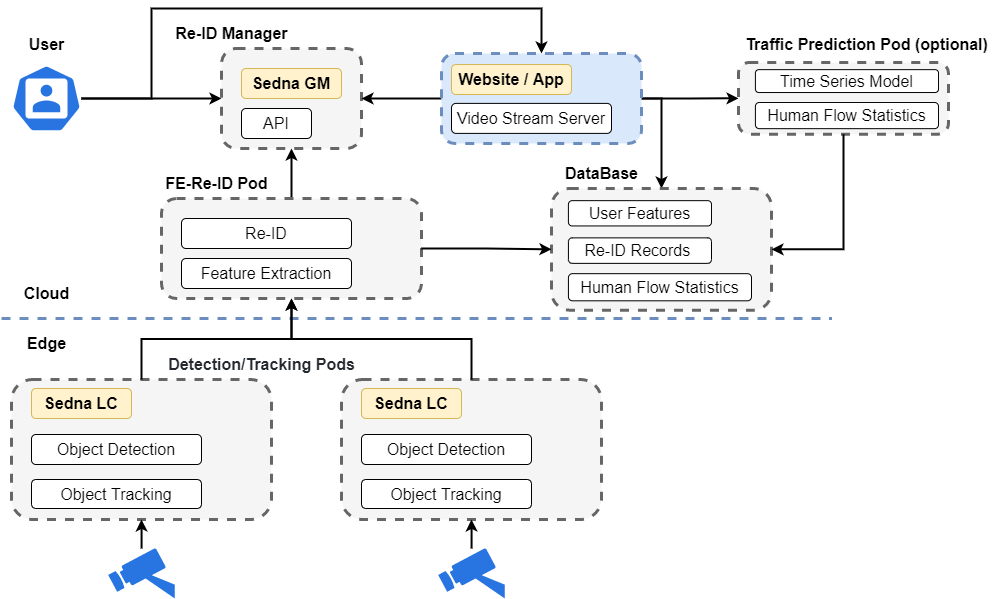
This is docs/proposals/images/ReID-example-for-Sedna-AppArch.png from kubeedge/sedna, a draw.io export, as it was before one commit. Source tidied: cells renumbered, new cells last; positions are measured from the earlier drawing's top-left corner, leaving out a move shared by most shapes.
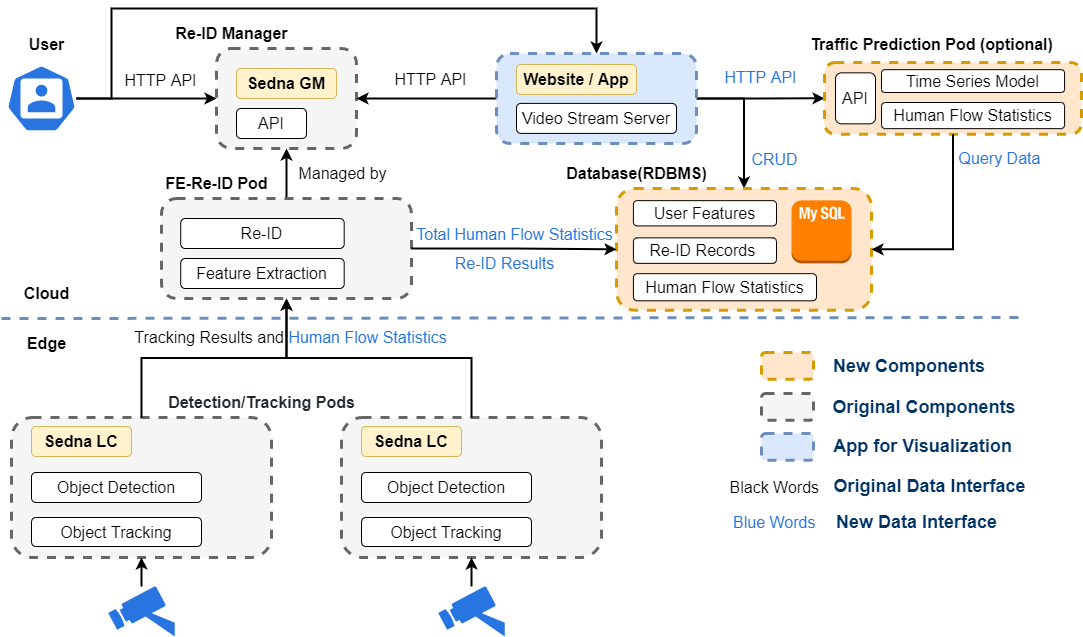
The same diagram one commit later.

Commit message:
add Scenarios and Database intro, delete roadmap

The edit, as a diff of the source:
```diff
@@ -8,14 +8,14 @@
     <mxCell id="3" style="edgeStyle=orthogonalEdgeStyle;rounded=0;jettySize=auto;html=1;fontSize=16;strokeWidth=2;entryX=0.5;entryY=0;entryDx=0;entryDy=0;" parent="1" edge="1" source="4" target="35">
       <mxGeometry relative="1" as="geometry">
         <Array as="points">
-          <mxPoint x="150" y="90" />
-          <mxPoint x="150" />
-          <mxPoint x="540" />
+          <mxPoint x="110" y="90" />
+          <mxPoint x="110" />
+          <mxPoint x="595" />
         </Array>
       </mxGeometry>
     </mxCell>
     <mxCell id="4" style="sketch=0;html=1;dashed=0;whitespace=wrap;fillColor=#2875E2;strokeColor=#ffffff;points=[[0.005,0.63,0],[0.1,0.2,0],[0.9,0.2,0],[0.5,0,0],[0.995,0.63,0],[0.72,0.99,0],[0.5,1,0],[0.28,0.99,0]];shape=mxgraph.kubernetes.icon;prIcon=user;" parent="1" vertex="1">
-      <mxGeometry x="10" y="51.1" width="70" height="77.8" as="geometry" />
+      <mxGeometry x="5" y="51.1" width="70" height="77.8" as="geometry" />
     </mxCell>
     <mxCell id="5" value="&lt;font style=&quot;font-size: 16px;&quot;&gt;&lt;b&gt;Re-ID Manager&lt;/b&gt;&lt;/font&gt;" style="text;html=1;align=center;verticalAlign=middle;strokeColor=none;fillColor=none;" parent="1" vertex="1">
       <mxGeometry x="160" y="10" width="140" height="30" as="geometry" />
@@ -30,7 +30,7 @@
       <mxGeometry x="15" y="21.1" width="60" height="30" as="geometry" />
     </mxCell>
     <mxCell id="9" style="group;dashed=1;strokeWidth=3;" parent="1" vertex="1">
-      <mxGeometry x="220" y="40" width="140" height="100" as="geometry" />
+      <mxGeometry x="215" y="40" width="140" height="100" as="geometry" />
     </mxCell>
     <mxCell id="10" style="rounded=1;whiteSpace=wrap;html=1;fillColor=#f5f5f5;fontColor=#333333;strokeColor=#666666;dashed=1;strokeWidth=3;" parent="9" vertex="1">
       <mxGeometry width="140" height="100" as="geometry" />
@@ -42,21 +42,21 @@
       <mxGeometry x="20" y="20" width="100" height="30" as="geometry" />
     </mxCell>
     <mxCell id="13" style="group;" parent="1" vertex="1">
-      <mxGeometry x="160" y="190" width="260" height="100" as="geometry" />
+      <mxGeometry x="160" y="190" width="250" height="100" as="geometry" />
     </mxCell>
     <mxCell id="14" style="rounded=1;whiteSpace=wrap;html=1;fillColor=#f5f5f5;fontColor=#333333;strokeColor=#666666;dashed=1;strokeWidth=3;" parent="13" vertex="1">
-      <mxGeometry width="260" height="100" as="geometry" />
+      <mxGeometry width="250" height="100" as="geometry" />
     </mxCell>
     <mxCell id="15" value="Feature Extraction" style="rounded=1;whiteSpace=wrap;html=1;fontSize=16;" parent="13" vertex="1">
-      <mxGeometry x="20" y="60" width="170" height="30" as="geometry" />
+      <mxGeometry x="19.2" y="60" width="163.5" height="30" as="geometry" />
     </mxCell>
     <mxCell id="16" value="Re-ID" style="rounded=1;whiteSpace=wrap;html=1;fontSize=16;" parent="13" vertex="1">
-      <mxGeometry x="20" y="20" width="170" height="30" as="geometry" />
+      <mxGeometry x="19.2" y="20" width="163.5" height="30" as="geometry" />
     </mxCell>
     <mxCell id="17" style="endArrow=none;dashed=1;html=1;rounded=0;fontSize=16;strokeWidth=3;fillColor=#dae8fc;strokeColor=#6c8ebf;" parent="1" edge="1">
       <mxGeometry relative="1" as="geometry">
         <mxPoint y="310" as="sourcePoint" />
-        <mxPoint x="830" y="310" as="targetPoint" />
+        <mxPoint x="1020" y="309" as="targetPoint" />
       </mxGeometry>
     </mxCell>
     <mxCell id="18" value="&lt;font style=&quot;font-size: 16px;&quot;&gt;&lt;b&gt;Cloud&lt;/b&gt;&lt;/font&gt;" style="text;html=1;align=center;verticalAlign=middle;strokeColor=none;fillColor=none;" parent="1" vertex="1">
@@ -66,7 +66,7 @@
       <mxGeometry x="15" y="320" width="60" height="30" as="geometry" />
     </mxCell>
     <mxCell id="20" style="group;" parent="1" vertex="1">
-      <mxGeometry x="10" y="371" width="260" height="140" as="geometry" />
+      <mxGeometry x="10" y="409" width="260" height="140" as="geometry" />
     </mxCell>
     <mxCell id="21" style="rounded=1;whiteSpace=wrap;html=1;fillColor=#f5f5f5;fontColor=#333333;strokeColor=#666666;dashed=1;strokeWidth=3;" parent="20" vertex="1">
       <mxGeometry width="260" height="140" as="geometry" />
@@ -81,7 +81,7 @@
       <mxGeometry x="20" y="9" width="100" height="30" as="geometry" />
     </mxCell>
     <mxCell id="25" style="group;" parent="1" vertex="1">
-      <mxGeometry x="340" y="371" width="260" height="140" as="geometry" />
+      <mxGeometry x="340" y="409" width="260" height="140" as="geometry" />
     </mxCell>
     <mxCell id="26" style="rounded=1;whiteSpace=wrap;html=1;fillColor=#f5f5f5;fontColor=#333333;strokeColor=#666666;dashed=1;strokeWidth=3;" parent="25" vertex="1">
       <mxGeometry width="260" height="140" as="geometry" />
@@ -104,78 +104,141 @@
     <mxCell id="32" style="edgeStyle=orthogonalEdgeStyle;rounded=0;jettySize=auto;html=1;entryX=1;entryY=0.5;entryDx=0;entryDy=0;fontSize=16;strokeWidth=2;" parent="1" edge="1" source="35" target="10">
       <mxGeometry relative="1" as="geometry" />
     </mxCell>
+    <mxCell id="34" style="edgeStyle=orthogonalEdgeStyle;rounded=0;jettySize=auto;html=1;entryX=0;entryY=0.5;entryDx=0;entryDy=0;strokeWidth=2;" parent="1" edge="1" source="35" target="51">
+      <mxGeometry relative="1" as="geometry" />
+    </mxCell>
-    <mxCell id="33" style="edgeStyle=orthogonalEdgeStyle;rounded=0;jettySize=auto;html=1;entryX=0.5;entryY=0;entryDx=0;entryDy=0;strokeWidth=2;" parent="1" edge="1" source="35" target="44">
+    <mxCell id="33" style="edgeStyle=orthogonalEdgeStyle;rounded=0;jettySize=auto;html=1;fontSize=16;fontColor=#2875E2;strokeWidth=2;entryX=0.5;entryY=0;entryDx=0;entryDy=0;" parent="1" edge="1" source="35" target="44">
       <mxGeometry relative="1" as="geometry">
         <Array as="points">
-          <mxPoint x="660" y="90" />
+          <mxPoint x="743" y="90" />
         </Array>
       </mxGeometry>
     </mxCell>
-    <mxCell id="34" style="edgeStyle=orthogonalEdgeStyle;rounded=0;jettySize=auto;html=1;entryX=0;entryY=0.5;entryDx=0;entryDy=0;strokeWidth=2;" parent="1" edge="1" source="35" target="51">
-      <mxGeometry relative="1" as="geometry" />
-    </mxCell>
     <mxCell id="35" style="rounded=1;whiteSpace=wrap;html=1;fillColor=#dae8fc;strokeColor=#6c8ebf;dashed=1;strokeWidth=3;" parent="1" vertex="1">
-      <mxGeometry x="440" y="45" width="200" height="90" as="geometry" />
+      <mxGeometry x="495" y="45" width="200" height="90" as="geometry" />
     </mxCell>
     <mxCell id="36" value="Video Stream Server" style="rounded=1;whiteSpace=wrap;html=1;fontSize=16;" parent="1" vertex="1">
-      <mxGeometry x="450" y="94.9" width="160" height="30" as="geometry" />
+      <mxGeometry x="515" y="94.9" width="160" height="30" as="geometry" />
     </mxCell>
     <mxCell id="37" value="&lt;b&gt;Website / App&lt;/b&gt;" style="rounded=1;whiteSpace=wrap;html=1;fontSize=16;fillColor=#fff2cc;strokeColor=#d6b656;" parent="1" vertex="1">
-      <mxGeometry x="450" y="56" width="120" height="30" as="geometry" />
+      <mxGeometry x="515" y="56" width="120" height="30" as="geometry" />
     </mxCell>
     <mxCell id="38" value="&lt;span style=&quot;box-sizing: border-box; color: rgb(36, 41, 47); font-size: 16px; text-align: start; background-color: rgb(255, 255, 255);&quot;&gt;&lt;b style=&quot;&quot;&gt;Detection/Tracking Pods&lt;/b&gt;&lt;/span&gt;" style="text;html=1;align=center;verticalAlign=middle;strokeColor=none;fillColor=none;" parent="1" vertex="1">
-      <mxGeometry x="155" y="341" width="210" height="30" as="geometry" />
+      <mxGeometry x="155" y="379" width="210" height="30" as="geometry" />
     </mxCell>
     <mxCell id="39" style="edgeStyle=orthogonalEdgeStyle;rounded=0;jettySize=auto;html=1;fontFamily=Helvetica;fontSize=16;strokeWidth=2;" parent="1" edge="1" source="40" target="21">
       <mxGeometry relative="1" as="geometry" />
     </mxCell>
     <mxCell id="40" style="verticalLabelPosition=bottom;sketch=0;html=1;fillColor=#2875E2;strokeColor=none;verticalAlign=top;align=center;shape=mxgraph.cisco_safe.iot_things_icons.icon18;fontFamily=Helvetica;fontSize=16;" parent="1" vertex="1">
-      <mxGeometry x="106.7" y="540" width="66.7" height="50" as="geometry" />
+      <mxGeometry x="106.7" y="578" width="66.7" height="50" as="geometry" />
     </mxCell>
     <mxCell id="41" style="edgeStyle=orthogonalEdgeStyle;rounded=0;jettySize=auto;html=1;entryX=0.5;entryY=1;entryDx=0;entryDy=0;fontFamily=Helvetica;fontSize=16;strokeWidth=2;" parent="1" edge="1" source="42" target="26">
       <mxGeometry relative="1" as="geometry" />
     </mxCell>
     <mxCell id="42" style="verticalLabelPosition=bottom;sketch=0;html=1;fillColor=#2875E2;strokeColor=none;verticalAlign=top;align=center;shape=mxgraph.cisco_safe.iot_things_icons.icon18;fontFamily=Helvetica;fontSize=16;" parent="1" vertex="1">
-      <mxGeometry x="436.7" y="540" width="66.7" height="50" as="geometry" />
+      <mxGeometry x="436.7" y="578" width="66.7" height="50" as="geometry" />
     </mxCell>
     <mxCell id="43" style="group;" parent="1" vertex="1">
-      <mxGeometry x="550" y="180" width="220" height="146" as="geometry" />
+      <mxGeometry x="550" y="180" width="320" height="146" as="geometry" />
     </mxCell>
-    <mxCell id="44" style="rounded=1;whiteSpace=wrap;html=1;fillColor=#f5f5f5;fontColor=#333333;strokeColor=#666666;dashed=1;strokeWidth=3;" parent="43" vertex="1">
-      <mxGeometry width="220" height="121.7" as="geometry" />
+    <mxCell id="44" style="rounded=1;whiteSpace=wrap;html=1;fillColor=#ffe6cc;strokeColor=#d79b00;dashed=1;strokeWidth=3;" parent="43" vertex="1">
+      <mxGeometry x="65" width="255" height="121.7" as="geometry" />
     </mxCell>
     <mxCell id="45" value="User Features" style="rounded=1;whiteSpace=wrap;html=1;fontSize=16;" parent="43" vertex="1">
-      <mxGeometry x="16.9" y="12.2" width="143.1" height="25.3" as="geometry" />
+      <mxGeometry x="81.9" y="12.2" width="143.1" height="25.3" as="geometry" />
     </mxCell>
     <mxCell id="46" value="Re-ID Records&amp;nbsp;" style="rounded=1;whiteSpace=wrap;html=1;fontSize=16;" parent="43" vertex="1">
-      <mxGeometry x="16.9" y="49.4" width="143.1" height="25.5" as="geometry" />
+      <mxGeometry x="81.9" y="49.4" width="143.1" height="25.5" as="geometry" />
     </mxCell>
     <mxCell id="47" value="Human Flow Statistics" style="rounded=1;whiteSpace=wrap;html=1;fontSize=16;" parent="43" vertex="1">
-      <mxGeometry x="16.9" y="85.2" width="183.1" height="27.1" as="geometry" />
+      <mxGeometry x="81.9" y="85.2" width="183.1" height="27.1" as="geometry" />
     </mxCell>
+    <mxCell id="56" style="dashed=0;verticalLabelPosition=bottom;verticalAlign=top;align=center;html=1;shape=mxgraph.aws3.mysql_db_instance_2;fillColor=#FF8000;fontSize=16;strokeColor=#d79b00;" parent="43" vertex="1">
+      <mxGeometry x="240" y="11.9" width="60" height="63" as="geometry" />
+    </mxCell>
-    <mxCell id="48" value="&lt;font style=&quot;font-size: 16px;&quot;&gt;&lt;b&gt;DataBase&lt;/b&gt;&lt;/font&gt;" style="text;html=1;align=center;verticalAlign=middle;strokeColor=none;fillColor=none;" parent="1" vertex="1">
-      <mxGeometry x="550" y="150" width="100" height="30" as="geometry" />
+    <mxCell id="48" value="&lt;font style=&quot;font-size: 16px;&quot;&gt;&lt;b&gt;Database(RDBMS)&lt;/b&gt;&lt;/font&gt;" style="text;html=1;align=center;verticalAlign=middle;strokeColor=none;fillColor=none;" parent="1" vertex="1">
+      <mxGeometry x="555" y="150" width="160" height="30" as="geometry" />
     </mxCell>
     <mxCell id="49" style="edgeStyle=orthogonalEdgeStyle;rounded=0;jettySize=auto;html=1;entryX=0;entryY=0.5;entryDx=0;entryDy=0;strokeWidth=2;" parent="1" edge="1" source="14" target="44">
       <mxGeometry relative="1" as="geometry" />
     </mxCell>
     <mxCell id="50" style="group;" parent="1" vertex="1">
-      <mxGeometry x="737" y="54" width="220" height="86" as="geometry" />
+      <mxGeometry x="750" y="54" width="330" height="86" as="geometry" />
     </mxCell>
-    <mxCell id="51" style="rounded=1;whiteSpace=wrap;html=1;fillColor=#f5f5f5;fontColor=#333333;strokeColor=#666666;dashed=1;strokeWidth=3;" parent="50" vertex="1">
-      <mxGeometry width="210" height="71.7" as="geometry" />
+    <mxCell id="51" style="rounded=1;whiteSpace=wrap;html=1;fillColor=#ffe6cc;strokeColor=#d79b00;dashed=1;strokeWidth=3;" parent="50" vertex="1">
+      <mxGeometry x="73" width="257" height="71.7" as="geometry" />
     </mxCell>
     <mxCell id="52" value="Time Series Model" style="rounded=1;whiteSpace=wrap;html=1;fontSize=16;" parent="50" vertex="1">
-      <mxGeometry x="16.9" y="7.2" width="183.1" height="22.8" as="geometry" />
+      <mxGeometry x="130" y="7.2" width="183.1" height="22.8" as="geometry" />
     </mxCell>
     <mxCell id="53" value="Human Flow Statistics" style="rounded=1;whiteSpace=wrap;html=1;fontSize=16;" parent="50" vertex="1">
-      <mxGeometry x="16.9" y="40" width="183.1" height="26.1" as="geometry" />
+      <mxGeometry x="130" y="40" width="183.1" height="26.1" as="geometry" />
     </mxCell>
+    <mxCell id="57" value="HTTP API" style="text;html=1;align=center;verticalAlign=middle;strokeColor=none;fillColor=none;fontSize=16;fontColor=#2875E2;" parent="50" vertex="1">
+      <mxGeometry x="-36" width="90" height="30" as="geometry" />
+    </mxCell>
+    <mxCell id="58" value="API" style="rounded=1;whiteSpace=wrap;html=1;fontSize=16;" parent="50" vertex="1">
+      <mxGeometry x="84" y="10.3" width="40" height="51" as="geometry" />
+    </mxCell>
     <mxCell id="54" value="&lt;font style=&quot;font-size: 16px;&quot;&gt;&lt;b&gt;Traffic Prediction Pod (optional)&lt;/b&gt;&lt;/font&gt;" style="text;html=1;align=center;verticalAlign=middle;strokeColor=none;fillColor=none;" parent="1" vertex="1">
-      <mxGeometry x="730" y="21.1" width="270" height="30" as="geometry" />
+      <mxGeometry x="795" y="21.1" width="270" height="30" as="geometry" />
     </mxCell>
+    <mxCell id="59" value="&lt;font style=&quot;font-size: 16px;&quot;&gt;Tracking Results and &lt;font color=&quot;#2875e2&quot;&gt;Human Flow Statistics&lt;/font&gt;&lt;/font&gt;" style="text;html=1;align=center;verticalAlign=middle;strokeColor=none;fillColor=none;" parent="1" vertex="1">
+      <mxGeometry x="118.7" y="314" width="340" height="30" as="geometry" />
+    </mxCell>
+    <mxCell id="60" value="Total Human Flow Statistics" style="text;html=1;align=center;verticalAlign=middle;strokeColor=none;fillColor=none;fontSize=16;fontColor=#2875E2;" parent="1" vertex="1">
+      <mxGeometry x="403" y="211" width="220" height="30" as="geometry" />
+    </mxCell>
+    <mxCell id="61" value="Re-ID Results" style="text;html=1;align=center;verticalAlign=middle;strokeColor=none;fillColor=none;fontSize=16;fontColor=#2875E2;" parent="1" vertex="1">
+      <mxGeometry x="443" y="240" width="120" height="30" as="geometry" />
+    </mxCell>
+    <mxCell id="62" value="CRUD" style="text;html=1;align=center;verticalAlign=middle;strokeColor=none;fillColor=none;fontSize=16;fontColor=#2875E2;" parent="1" vertex="1">
+      <mxGeometry x="738" y="135.9" width="70" height="30" as="geometry" />
+    </mxCell>
+    <mxCell id="63" value="Query Data" style="text;html=1;align=center;verticalAlign=middle;strokeColor=none;fillColor=none;fontSize=16;fontColor=#2875E2;" parent="1" vertex="1">
+      <mxGeometry x="943" y="135" width="110" height="30" as="geometry" />
+    </mxCell>
-    <mxCell id="55" style="edgeStyle=orthogonalEdgeStyle;rounded=0;jettySize=auto;html=1;entryX=1;entryY=0.5;entryDx=0;entryDy=0;strokeWidth=2;" parent="1" edge="1" source="51" target="44">
+    <mxCell id="55" style="edgeStyle=orthogonalEdgeStyle;rounded=0;jettySize=auto;html=1;entryX=1;entryY=0.5;entryDx=0;entryDy=0;fontSize=16;fontColor=#2875E2;strokeWidth=2;" parent="1" edge="1" source="51" target="44">
       <mxGeometry relative="1" as="geometry" />
     </mxCell>
+    <mxCell id="64" style="rounded=1;whiteSpace=wrap;html=1;fillColor=#ffe6cc;strokeColor=#d79b00;dashed=1;strokeWidth=3;" parent="1" vertex="1">
+      <mxGeometry x="760" y="344" width="52" height="26.8" as="geometry" />
+    </mxCell>
+    <mxCell id="65" value="&lt;font size=&quot;1&quot; color=&quot;#003366&quot;&gt;&lt;b style=&quot;font-size: 18px;&quot;&gt;New Components&amp;nbsp;&lt;/b&gt;&lt;/font&gt;" style="text;html=1;align=center;verticalAlign=middle;strokeColor=none;fillColor=none;fontSize=16;fontColor=#2875E2;" parent="1" vertex="1">
+      <mxGeometry x="820" y="338.4" width="180" height="40" as="geometry" />
+    </mxCell>
+    <mxCell id="66" style="rounded=1;whiteSpace=wrap;html=1;fillColor=#f5f5f5;strokeColor=#666666;dashed=1;strokeWidth=3;fontColor=#333333;" parent="1" vertex="1">
+      <mxGeometry x="760" y="385" width="52" height="26.8" as="geometry" />
+    </mxCell>
+    <mxCell id="67" value="&lt;font size=&quot;1&quot; color=&quot;#003366&quot;&gt;&lt;b style=&quot;font-size: 18px;&quot;&gt;Original Components&amp;nbsp;&lt;/b&gt;&lt;/font&gt;" style="text;html=1;align=center;verticalAlign=middle;strokeColor=none;fillColor=none;fontSize=16;fontColor=#2875E2;" parent="1" vertex="1">
+      <mxGeometry x="820" y="379" width="210" height="40" as="geometry" />
+    </mxCell>
+    <mxCell id="68" style="rounded=1;whiteSpace=wrap;html=1;fillColor=#dae8fc;strokeColor=#6c8ebf;dashed=1;strokeWidth=3;" parent="1" vertex="1">
+      <mxGeometry x="760" y="425" width="52" height="26.8" as="geometry" />
+    </mxCell>
+    <mxCell id="69" value="&lt;font size=&quot;1&quot; color=&quot;#003366&quot;&gt;&lt;b style=&quot;font-size: 18px;&quot;&gt;App for Visualization&lt;/b&gt;&lt;/font&gt;" style="text;html=1;align=center;verticalAlign=middle;strokeColor=none;fillColor=none;fontSize=16;fontColor=#2875E2;" parent="1" vertex="1">
+      <mxGeometry x="821" y="418.4" width="200" height="40" as="geometry" />
+    </mxCell>
+    <mxCell id="70" value="&lt;font style=&quot;font-size: 16px;&quot; color=&quot;#000000&quot;&gt;HTTP API&lt;/font&gt;" style="text;html=1;align=center;verticalAlign=middle;strokeColor=none;fillColor=none;fontSize=18;fontColor=#FF8000;" parent="1" vertex="1">
+      <mxGeometry x="384" y="51" width="90" height="40" as="geometry" />
+    </mxCell>
+    <mxCell id="71" value="&lt;font style=&quot;font-size: 16px;&quot; color=&quot;#000000&quot;&gt;HTTP API&lt;/font&gt;" style="text;html=1;align=center;verticalAlign=middle;strokeColor=none;fillColor=none;fontSize=18;fontColor=#FF8000;" parent="1" vertex="1">
+      <mxGeometry x="113.7" y="52" width="90" height="40" as="geometry" />
+    </mxCell>
+    <mxCell id="72" value="Managed by" style="text;html=1;align=center;verticalAlign=middle;strokeColor=none;fillColor=none;fontSize=16;fontColor=#000000;" parent="1" vertex="1">
+      <mxGeometry x="286" y="150" width="110" height="30" as="geometry" />
+    </mxCell>
+    <mxCell id="73" value="Black Words&amp;nbsp;" style="text;html=1;align=center;verticalAlign=middle;strokeColor=none;fillColor=none;fontSize=16;fontColor=#000000;" parent="1" vertex="1">
+      <mxGeometry x="715" y="464" width="120" height="30" as="geometry" />
+    </mxCell>
+    <mxCell id="74" value="&lt;font size=&quot;1&quot; color=&quot;#003366&quot;&gt;&lt;b style=&quot;font-size: 18px;&quot;&gt;Original Data Interface&lt;/b&gt;&lt;/font&gt;" style="text;html=1;align=center;verticalAlign=middle;strokeColor=none;fillColor=none;fontSize=16;fontColor=#2875E2;" parent="1" vertex="1">
+      <mxGeometry x="818" y="458.4" width="220" height="40" as="geometry" />
+    </mxCell>
+    <mxCell id="75" value="&lt;font color=&quot;#2875e2&quot;&gt;Blue Words&lt;/font&gt;&amp;nbsp;" style="text;html=1;align=center;verticalAlign=middle;strokeColor=none;fillColor=none;fontSize=16;fontColor=#000000;" parent="1" vertex="1">
+      <mxGeometry x="720" y="499" width="110" height="30" as="geometry" />
+    </mxCell>
+    <mxCell id="76" value="&lt;font size=&quot;1&quot; color=&quot;#003366&quot;&gt;&lt;b style=&quot;font-size: 18px;&quot;&gt;New Data Interface&lt;/b&gt;&lt;/font&gt;" style="text;html=1;align=center;verticalAlign=middle;strokeColor=none;fillColor=none;fontSize=16;fontColor=#2875E2;" parent="1" vertex="1">
+      <mxGeometry x="825" y="494" width="180" height="40" as="geometry" />
+    </mxCell>
   </root>
 </mxGraphModel>
```
